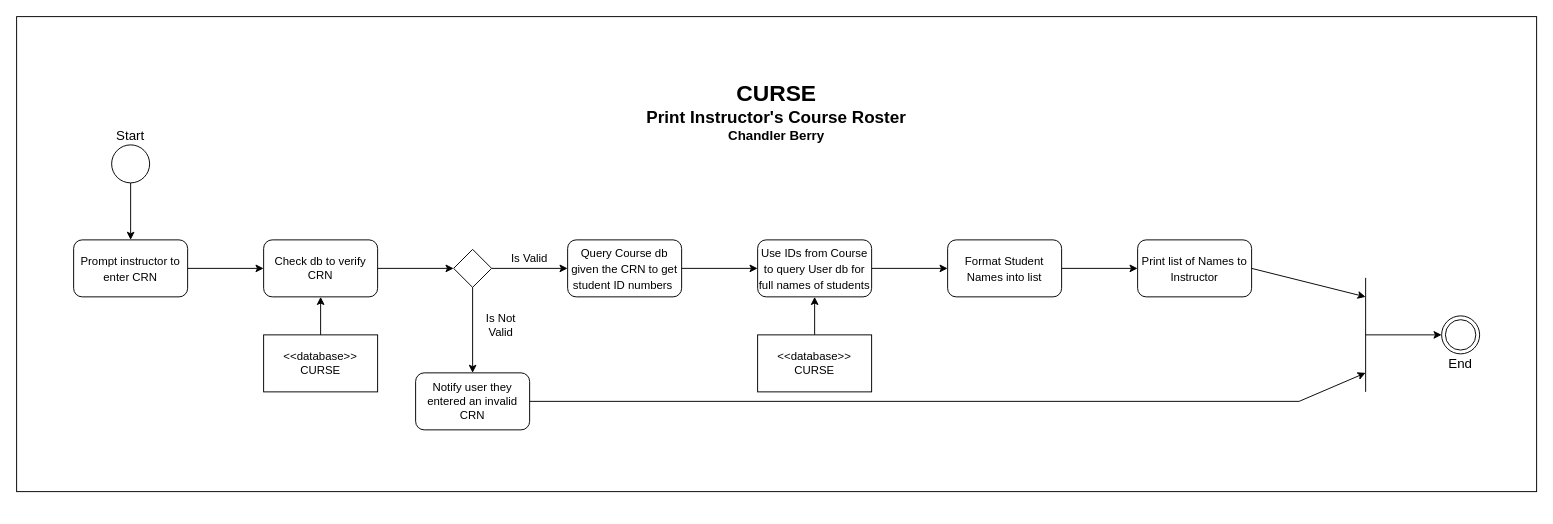
This is models/PrintCourseRoster.drawio from chandlerberry/CURSE, a draw.io file, before an edit. Source tidied: cells renumbered, new cells numbered last; positions are measured from the earlier drawing's top-left corner, leaving out a move shared by most shapes. Both pictures are drawn from the tidied source at 95%, with x=0, y=0 at pixel (16, 16).
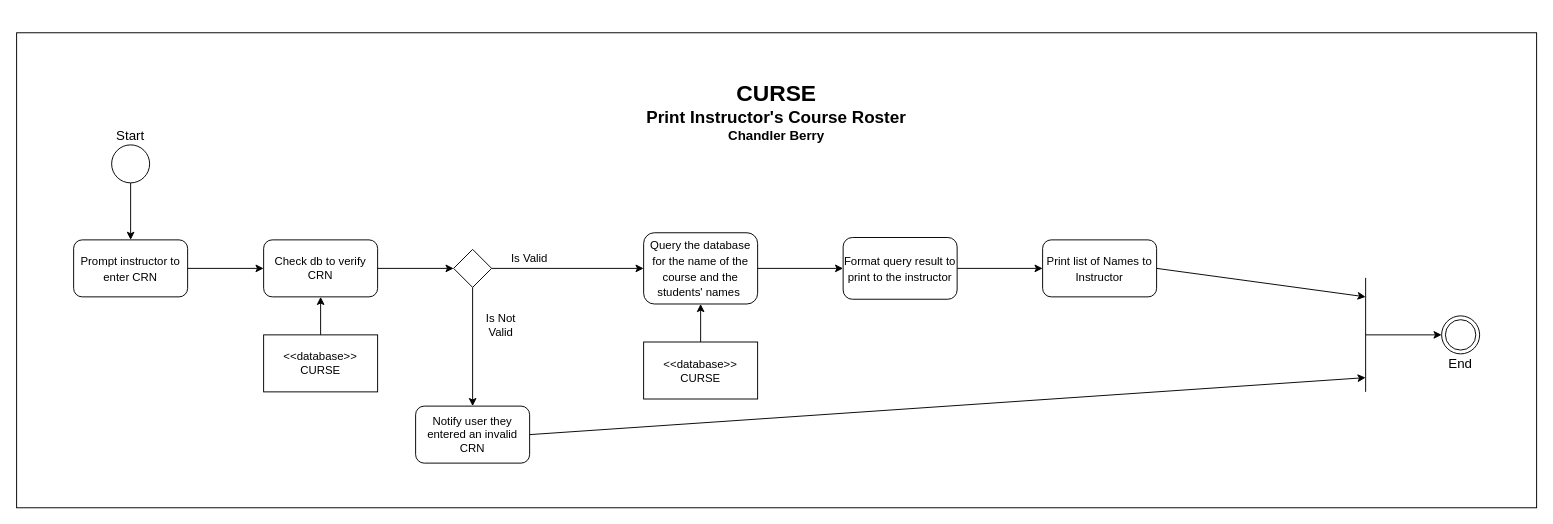
The same diagram, later.

Commit message (it also covers changes not shown here):
updated process models for add/rm courses and print roster

Diff of the diagram source:
```diff
@@
     <mxCell id="2" style="rounded=0;whiteSpace=wrap;html=1;" parent="1" vertex="1">
-      <mxGeometry width="1600" height="500" as="geometry" />
+      <mxGeometry y="17" width="1600" height="500" as="geometry" />
     </mxCell>
@@
-    <mxCell id="10" style="edgeStyle=orthogonalEdgeStyle;rounded=0;jettySize=auto;html=1;endArrow=classic;endFill=1;fontSize=12;" parent="1" edge="1" source="11" target="13">
-      <mxGeometry relative="1" as="geometry" />
-    </mxCell>
-    <mxCell id="11" value="&lt;font style=&quot;font-size: 12px&quot;&gt;Query Course db given the CRN to get student ID numbers&amp;nbsp;&lt;/font&gt;" style="rounded=1;whiteSpace=wrap;html=1;fontSize=14;" parent="1" vertex="1">
-      <mxGeometry x="580" y="235" width="120" height="60" as="geometry" />
+    <mxCell id="11" value="&lt;font style=&quot;font-size: 12px&quot;&gt;Query the database for the name of the course and the students' names&amp;nbsp;&lt;/font&gt;" style="rounded=1;whiteSpace=wrap;html=1;fontSize=14;" parent="1" vertex="1">
+      <mxGeometry x="660" y="227.5" width="120" height="75" as="geometry" />
     </mxCell>
-    <mxCell id="12" style="edgeStyle=orthogonalEdgeStyle;rounded=0;jettySize=auto;html=1;endArrow=classic;endFill=1;fontSize=12;" parent="1" edge="1" source="13" target="15">
+    <mxCell id="12" style="edgeStyle=orthogonalEdgeStyle;rounded=0;jettySize=auto;html=1;endArrow=classic;endFill=1;fontSize=12;exitX=1;exitY=0.5;exitDx=0;exitDy=0;" parent="1" edge="1" source="11" target="15">
       <mxGeometry relative="1" as="geometry" />
     </mxCell>
-    <mxCell id="13" value="&lt;span style=&quot;font-size: 12px&quot;&gt;Use IDs from Course to query User db for full names of students&lt;/span&gt;" style="rounded=1;whiteSpace=wrap;html=1;fontSize=14;" parent="1" vertex="1">
-      <mxGeometry x="780" y="235" width="120" height="60" as="geometry" />
-    </mxCell>
@@
-    <mxCell id="15" value="&lt;span style=&quot;font-size: 12px&quot;&gt;Format Student Names into list&lt;/span&gt;" style="rounded=1;whiteSpace=wrap;html=1;fontSize=14;" parent="1" vertex="1">
-      <mxGeometry x="980" y="235" width="120" height="60" as="geometry" />
+    <mxCell id="15" value="&lt;span style=&quot;font-size: 12px&quot;&gt;Format query result to print to the instructor&lt;/span&gt;" style="rounded=1;whiteSpace=wrap;html=1;fontSize=14;" parent="1" vertex="1">
+      <mxGeometry x="870" y="232.5" width="120" height="65" as="geometry" />
     </mxCell>
     <mxCell id="16" value="&lt;span style=&quot;font-size: 12px&quot;&gt;Print list of Names to Instructor&lt;/span&gt;" style="rounded=1;whiteSpace=wrap;html=1;fontSize=14;" parent="1" vertex="1">
-      <mxGeometry x="1180" y="235" width="120" height="60" as="geometry" />
+      <mxGeometry x="1080" y="235" width="120" height="60" as="geometry" />
     </mxCell>
@@
     <mxCell id="25" value="Notify user they entered an invalid CRN" style="rounded=1;whiteSpace=wrap;html=1;fontSize=12;" parent="1" vertex="1">
-      <mxGeometry x="420" y="375" width="120" height="60" as="geometry" />
+      <mxGeometry x="420" y="410" width="120" height="60" as="geometry" />
     </mxCell>
@@
-    <mxCell id="27" style="edgeStyle=orthogonalEdgeStyle;rounded=0;jettySize=auto;html=1;endArrow=classic;endFill=1;fontSize=12;" parent="1" edge="1" source="28" target="13">
-      <mxGeometry relative="1" as="geometry" />
-    </mxCell>
-    <mxCell id="28" value="&amp;lt;&amp;lt;database&amp;gt;&amp;gt;&lt;br&gt;CURSE" style="rounded=0;whiteSpace=wrap;html=1;fontSize=12;" parent="1" vertex="1">
-      <mxGeometry x="780" y="335" width="120" height="60" as="geometry" />
-    </mxCell>
-    <mxCell id="29" style="endArrow=none;html=1;fontSize=12;exitX=1;exitY=0.5;exitDx=0;exitDy=0;" parent="1" edge="1" source="25">
-      <mxGeometry relative="1" as="geometry">
-        <mxPoint x="1350" y="405" as="targetPoint" />
-      </mxGeometry>
-    </mxCell>
@@
-    <mxCell id="31" style="endArrow=classic;html=1;fontSize=12;" parent="1" edge="1">
-      <mxGeometry relative="1" as="geometry">
-        <mxPoint x="1350" y="405" as="sourcePoint" />
-        <mxPoint x="1420" y="375" as="targetPoint" />
-      </mxGeometry>
-    </mxCell>
@@
+    <mxCell id="35" style="endArrow=classic;html=1;exitX=1;exitY=0.5;exitDx=0;exitDy=0;" parent="1" edge="1" source="25">
+      <mxGeometry relative="1" as="geometry">
+        <mxPoint x="1420" y="380" as="targetPoint" />
+      </mxGeometry>
+    </mxCell>
+    <mxCell id="36" style="edgeStyle=orthogonalEdgeStyle;rounded=0;jettySize=auto;html=1;fontSize=12;" parent="1" edge="1" source="28">
+      <mxGeometry relative="1" as="geometry">
+        <mxPoint x="720" y="302.5" as="targetPoint" />
+      </mxGeometry>
+    </mxCell>
+    <mxCell id="28" value="&amp;lt;&amp;lt;database&amp;gt;&amp;gt;&lt;br&gt;CURSE" style="rounded=0;whiteSpace=wrap;html=1;fontSize=12;" parent="1" vertex="1">
+      <mxGeometry x="660" y="342.5" width="120" height="60" as="geometry" />
+    </mxCell>
```
